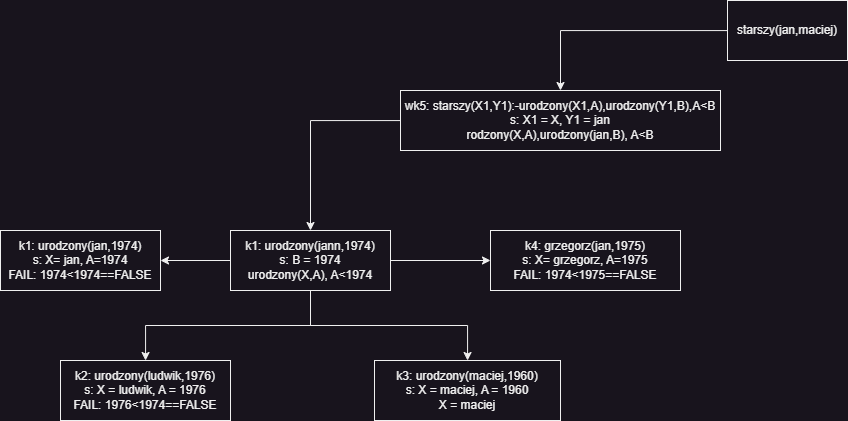
This is Lab5/Zadanie 3b_2.png from Matus0811/ProgramowanieDeklaratywne, a draw.io export, as it was before one commit. Source tidied: cells renumbered, new cells last; positions are measured from the earlier drawing's top-left corner, leaving out a move shared by most shapes.
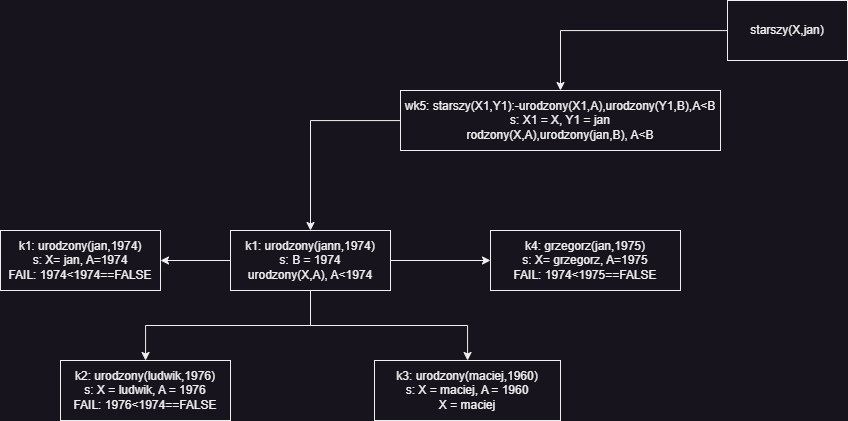
Later version of the same file.

Commit message:
Poprawa błędu starszy(jan,maciej) - starszy(X,jan)

What changed in the source:
```diff
@@ -5,7 +5,7 @@
     <mxCell id="2" style="edgeStyle=orthogonalEdgeStyle;rounded=0;jettySize=auto;html=1;" parent="1" edge="1" source="3" target="5">
       <mxGeometry relative="1" as="geometry" />
     </mxCell>
-    <mxCell id="3" value="starszy(jan,maciej)" style="rounded=0;whiteSpace=wrap;html=1;" parent="1" vertex="1">
+    <mxCell id="3" value="starszy(X,jan)" style="rounded=0;whiteSpace=wrap;html=1;" parent="1" vertex="1">
       <mxGeometry x="727" width="120" height="60" as="geometry" />
     </mxCell>
     <mxCell id="4" style="edgeStyle=orthogonalEdgeStyle;rounded=0;jettySize=auto;html=1;" parent="1" edge="1" source="5" target="10">
```
